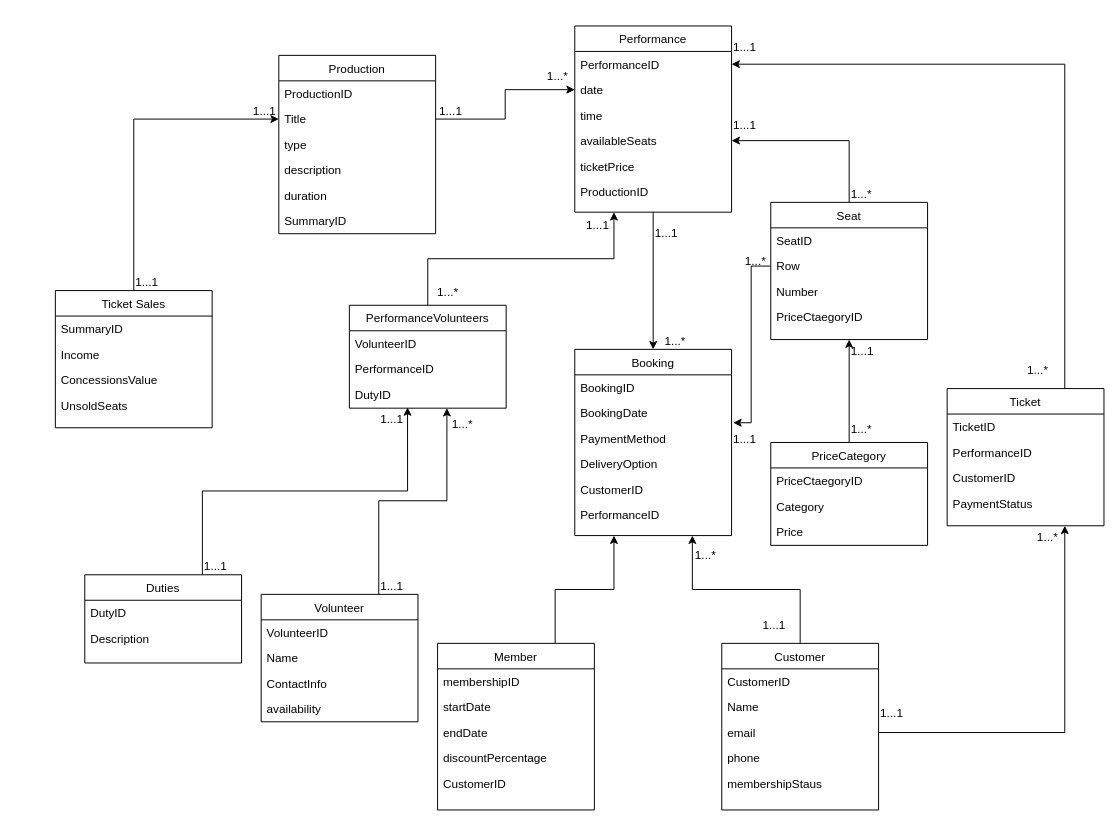
iamheetp/ecomstore keeps this draw.io diagram as Untitled Diagram.drawio. Above is the earlier version. Source tidied: cells renumbered, new cells numbered last; positions are measured from the earlier drawing's top-left corner, leaving out a move shared by most shapes. Both pictures are drawn from the tidied source at 98%, with x=0, y=0 at pixel (55, 25).
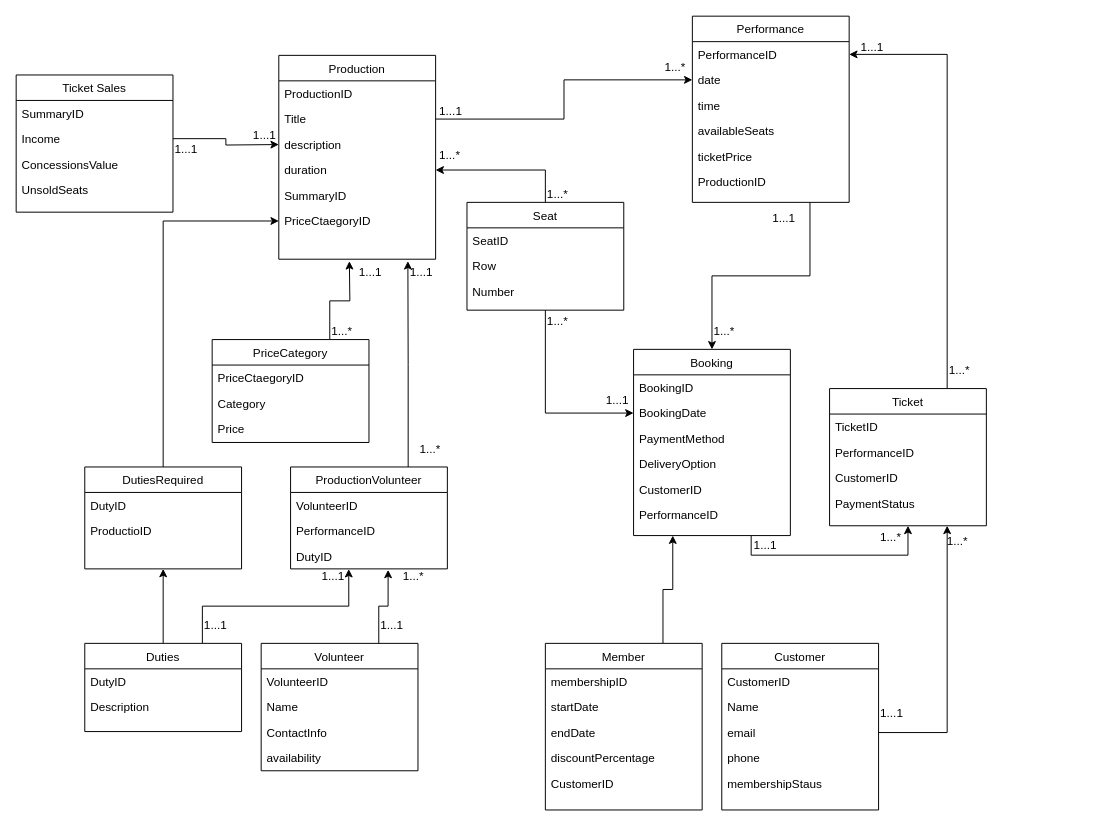
The same diagram, later.

Unchanged cells that the change refers to:
```xml
<mxCell id="4" value="Row" style="text;align=left;verticalAlign=top;spacingLeft=4;spacingRight=4;overflow=hidden;points=[[0,0.5],[1,0.5]];portConstraint=eastwest;rounded=0;shadow=0;html=0;" parent="2" vertex="1">
  <mxGeometry y="52" width="160" height="26" as="geometry" />
</mxCell>
<mxCell id="14" value="BookingDate" style="text;align=left;verticalAlign=top;spacingLeft=4;spacingRight=4;overflow=hidden;points=[[0,0.5],[1,0.5]];portConstraint=eastwest;" parent="12" vertex="1">
  <mxGeometry y="52" width="160" height="26" as="geometry" />
</mxCell>
<mxCell id="21" value="Title" style="text;align=left;verticalAlign=top;spacingLeft=4;spacingRight=4;overflow=hidden;points=[[0,0.5],[1,0.5]];portConstraint=eastwest;rounded=0;shadow=0;html=0;" parent="19" vertex="1">
  <mxGeometry y="52" width="160" height="26" as="geometry" />
</mxCell>
<mxCell id="31" value="availableSeats" style="text;align=left;verticalAlign=top;spacingLeft=4;spacingRight=4;overflow=hidden;points=[[0,0.5],[1,0.5]];portConstraint=eastwest;rounded=0;shadow=0;html=0;" parent="27" vertex="1">
  <mxGeometry y="104" width="160" height="26" as="geometry" />
</mxCell>
<mxCell id="54" value="Income" style="text;align=left;verticalAlign=top;spacingLeft=4;spacingRight=4;overflow=hidden;points=[[0,0.5],[1,0.5]];portConstraint=eastwest;rounded=0;shadow=0;html=0;" parent="52" vertex="1">
  <mxGeometry y="52" width="160" height="26" as="geometry" />
</mxCell>
<mxCell id="79" value="Customer" style="swimlane;fontStyle=0;align=center;verticalAlign=top;horizontal=1;startSize=26;rounded=0;shadow=0;strokeWidth=1;" parent="1" vertex="1">
  <mxGeometry x="680" y="630" width="160" height="170" as="geometry" />
</mxCell>
```

Change to the diagram source:
```diff
@@
+    <mxCell id="103" style="edgeStyle=orthogonalEdgeStyle;rounded=0;jettySize=auto;html=1;exitX=0.5;exitY=1;exitDx=0;exitDy=0;entryX=0;entryY=0.5;entryDx=0;entryDy=0;" parent="1" edge="1" source="2" target="14">
+      <mxGeometry relative="1" as="geometry" />
+    </mxCell>
+    <mxCell id="104" style="edgeStyle=orthogonalEdgeStyle;rounded=0;jettySize=auto;html=1;exitX=0.5;exitY=0;exitDx=0;exitDy=0;entryX=1;entryY=0.5;entryDx=0;entryDy=0;" parent="1" edge="1" source="2" target="24">
+      <mxGeometry relative="1" as="geometry" />
+    </mxCell>
     <mxCell id="2" value="Seat" style="swimlane;fontStyle=0;align=center;verticalAlign=top;horizontal=1;startSize=26;rounded=0;shadow=0;strokeWidth=1;" parent="1" vertex="1">
-      <mxGeometry x="730" y="180" width="160" height="140" as="geometry" />
+      <mxGeometry x="420" y="180" width="160" height="110" as="geometry" />
     </mxCell>
@@
-    <mxCell id="6" value="PriceCtaegoryID" style="text;align=left;verticalAlign=top;spacingLeft=4;spacingRight=4;overflow=hidden;points=[[0,0.5],[1,0.5]];portConstraint=eastwest;rounded=0;shadow=0;html=0;" parent="2" vertex="1">
-      <mxGeometry y="104" width="160" height="26" as="geometry" />
-    </mxCell>
     <mxCell id="7" value="Volunteer" style="swimlane;fontStyle=0;align=center;verticalAlign=top;horizontal=1;startSize=26;rounded=0;shadow=0;strokeWidth=1;" parent="1" vertex="1">
-      <mxGeometry x="210" y="580" width="160" height="130" as="geometry" />
+      <mxGeometry x="210" y="630" width="160" height="130" as="geometry" />
     </mxCell>
@@
+    <mxCell id="105" style="edgeStyle=orthogonalEdgeStyle;rounded=0;jettySize=auto;html=1;exitX=0.75;exitY=1;exitDx=0;exitDy=0;entryX=0.5;entryY=1;entryDx=0;entryDy=0;" parent="1" edge="1" source="12" target="86">
+      <mxGeometry relative="1" as="geometry" />
+    </mxCell>
     <mxCell id="12" value="Booking" style="swimlane;fontStyle=0;align=center;verticalAlign=top;horizontal=1;startSize=26;rounded=0;shadow=0;strokeWidth=1;" parent="1" vertex="1">
-      <mxGeometry x="530" y="330" width="160" height="190" as="geometry" />
+      <mxGeometry x="590" y="330" width="160" height="190" as="geometry" />
     </mxCell>
@@
     <mxCell id="19" value="Production" style="swimlane;fontStyle=0;align=center;verticalAlign=top;horizontal=1;startSize=26;rounded=0;shadow=0;strokeWidth=1;" parent="1" vertex="1">
-      <mxGeometry x="228" y="30" width="160" height="182" as="geometry" />
+      <mxGeometry x="228" y="30" width="160" height="208" as="geometry" />
     </mxCell>
@@
-    <mxCell id="22" value="type" style="text;align=left;verticalAlign=top;spacingLeft=4;spacingRight=4;overflow=hidden;rounded=0;shadow=0;html=0;" parent="19" vertex="1">
-      <mxGeometry y="78" width="160" height="26" as="geometry" />
-    </mxCell>
     <mxCell id="23" value="description" style="text;align=left;verticalAlign=top;spacingLeft=4;spacingRight=4;overflow=hidden;rounded=0;shadow=0;html=0;" parent="19" vertex="1">
-      <mxGeometry y="104" width="160" height="26" as="geometry" />
+      <mxGeometry y="78" width="160" height="26" as="geometry" />
     </mxCell>
     <mxCell id="24" value="duration" style="text;align=left;verticalAlign=top;spacingLeft=4;spacingRight=4;overflow=hidden;points=[[0,0.5],[1,0.5]];portConstraint=eastwest;rounded=0;shadow=0;html=0;" parent="19" vertex="1">
-      <mxGeometry y="130" width="160" height="26" as="geometry" />
+      <mxGeometry y="104" width="160" height="26" as="geometry" />
     </mxCell>
     <mxCell id="25" value="SummaryID" style="text;align=left;verticalAlign=top;spacingLeft=4;spacingRight=4;overflow=hidden;rounded=0;shadow=0;html=0;" parent="19" vertex="1">
-      <mxGeometry y="156" width="160" height="26" as="geometry" />
+      <mxGeometry y="130" width="160" height="26" as="geometry" />
     </mxCell>
+    <mxCell id="6" value="PriceCtaegoryID" style="text;align=left;verticalAlign=top;spacingLeft=4;spacingRight=4;overflow=hidden;points=[[0,0.5],[1,0.5]];portConstraint=eastwest;rounded=0;shadow=0;html=0;" parent="19" vertex="1">
+      <mxGeometry y="156" width="160" height="26" as="geometry" />
+    </mxCell>
-    <mxCell id="26" style="edgeStyle=orthogonalEdgeStyle;rounded=0;jettySize=auto;html=1;exitX=0.5;exitY=1;exitDx=0;exitDy=0;entryX=0.5;entryY=0;entryDx=0;entryDy=0;" parent="1" edge="1" source="27" target="12">
+    <mxCell id="26" style="edgeStyle=orthogonalEdgeStyle;rounded=0;jettySize=auto;html=1;exitX=0.75;exitY=1;exitDx=0;exitDy=0;entryX=0.5;entryY=0;entryDx=0;entryDy=0;" parent="1" edge="1" source="27" target="12">
       <mxGeometry relative="1" as="geometry" />
     </mxCell>
     <mxCell id="27" value="Performance" style="swimlane;fontStyle=0;align=center;verticalAlign=top;horizontal=1;startSize=26;rounded=0;shadow=0;strokeWidth=1;" parent="1" vertex="1">
-      <mxGeometry x="530" width="160" height="190" as="geometry" />
+      <mxGeometry x="650" y="-10" width="160" height="190" as="geometry" />
     </mxCell>
@@
     <mxCell id="36" value="1...*" style="align=left;verticalAlign=bottom;labelBackgroundColor=none;fontSize=12;" parent="1" vertex="1">
-      <mxGeometry x="500" y="60" as="geometry" />
+      <mxGeometry x="620" y="50" as="geometry" />
     </mxCell>
-    <mxCell id="37" style="edgeStyle=orthogonalEdgeStyle;rounded=0;jettySize=auto;html=1;exitX=0;exitY=0.5;exitDx=0;exitDy=0;entryX=1.011;entryY=0.88;entryDx=0;entryDy=0;entryPerimeter=0;" parent="1" edge="1" source="4" target="14">
-      <mxGeometry relative="1" as="geometry" />
-    </mxCell>
-    <mxCell id="38" value="1...*" style="align=left;verticalAlign=bottom;labelBackgroundColor=none;fontSize=12;" parent="1" vertex="1">
-      <mxGeometry x="730" y="240" as="geometry">
-        <mxPoint x="-28" y="8" as="offset" />
-      </mxGeometry>
-    </mxCell>
-    <mxCell id="39" value="1...1" style="align=left;verticalAlign=bottom;labelBackgroundColor=none;fontSize=12;rotation=0;direction=south;" parent="1" vertex="1">
-      <mxGeometry x="690" y="430" as="geometry" />
-    </mxCell>
-    <mxCell id="40" style="edgeStyle=orthogonalEdgeStyle;rounded=0;jettySize=auto;html=1;exitX=0.5;exitY=0;exitDx=0;exitDy=0;" parent="1" edge="1" source="2" target="31">
-      <mxGeometry relative="1" as="geometry" />
-    </mxCell>
-    <mxCell id="41" value="1...*" style="align=left;verticalAlign=bottom;labelBackgroundColor=none;fontSize=12;rotation=0;" parent="1" vertex="1">
-      <mxGeometry x="810" y="180" as="geometry" />
-    </mxCell>
-    <mxCell id="42" value="1...1" style="align=left;verticalAlign=bottom;labelBackgroundColor=none;fontSize=12;" parent="1" vertex="1">
-      <mxGeometry x="690" y="110" as="geometry" />
-    </mxCell>
-    <mxCell id="43" value="1...1" style="align=left;verticalAlign=bottom;labelBackgroundColor=none;fontSize=12;" parent="1" vertex="1">
-      <mxGeometry x="720" y="620" as="geometry" />
-    </mxCell>
-    <mxCell id="44" value="1...*" style="align=left;verticalAlign=bottom;labelBackgroundColor=none;fontSize=12;" parent="1" vertex="1">
-      <mxGeometry x="580" y="550" as="geometry">
+    <mxCell id="44" value="1...1" style="align=left;verticalAlign=bottom;labelBackgroundColor=none;fontSize=12;" parent="1" vertex="1">
+      <mxGeometry x="640" y="540" as="geometry">
         <mxPoint x="71" y="-2" as="offset" />
       </mxGeometry>
     </mxCell>
     <mxCell id="45" value="1...*" style="align=left;verticalAlign=bottom;labelBackgroundColor=none;fontSize=12;" parent="1" vertex="1">
-      <mxGeometry x="620" y="330" as="geometry" />
+      <mxGeometry x="670" y="320" as="geometry" />
     </mxCell>
     <mxCell id="46" value="1...1" style="align=left;verticalAlign=bottom;labelBackgroundColor=none;fontSize=12;" parent="1" vertex="1">
-      <mxGeometry x="610" y="220" as="geometry" />
+      <mxGeometry x="730" y="205" as="geometry" />
     </mxCell>
@@
+    <mxCell id="106" style="edgeStyle=orthogonalEdgeStyle;rounded=0;jettySize=auto;html=1;exitX=0.5;exitY=0;exitDx=0;exitDy=0;entryX=0.5;entryY=1;entryDx=0;entryDy=0;" parent="1" edge="1" source="48" target="115">
+      <mxGeometry relative="1" as="geometry" />
+    </mxCell>
     <mxCell id="48" value="Duties" style="swimlane;fontStyle=0;align=center;verticalAlign=top;horizontal=1;startSize=26;rounded=0;shadow=0;strokeWidth=1;" parent="1" vertex="1">
-      <mxGeometry x="30" y="560" width="160" height="90" as="geometry" />
+      <mxGeometry x="30" y="630" width="160" height="90" as="geometry" />
     </mxCell>
@@
-    <mxCell id="51" style="edgeStyle=orthogonalEdgeStyle;rounded=0;jettySize=auto;html=1;exitX=0.5;exitY=0;exitDx=0;exitDy=0;entryX=0;entryY=0.5;entryDx=0;entryDy=0;" parent="1" edge="1" source="52" target="21">
-      <mxGeometry relative="1" as="geometry" />
-    </mxCell>
     <mxCell id="52" value="Ticket Sales" style="swimlane;fontStyle=0;align=center;verticalAlign=top;horizontal=1;startSize=26;rounded=0;shadow=0;strokeWidth=1;" parent="1" vertex="1">
-      <mxGeometry y="270" width="160" height="140" as="geometry" />
+      <mxGeometry x="-40" y="50" width="160" height="140" as="geometry" />
     </mxCell>
@@
     <mxCell id="57" value="1...1" style="align=left;verticalAlign=bottom;labelBackgroundColor=none;fontSize=12;rotation=0;" parent="1" vertex="1">
-      <mxGeometry x="80" y="270" as="geometry" />
+      <mxGeometry x="120" y="134" as="geometry" />
     </mxCell>
     <mxCell id="58" value="1...1" style="align=left;verticalAlign=bottom;labelBackgroundColor=none;fontSize=12;rotation=0;" parent="1" vertex="1">
-      <mxGeometry x="200" y="95.6" as="geometry" />
+      <mxGeometry x="200" y="120" as="geometry" />
     </mxCell>
-    <mxCell id="59" style="edgeStyle=orthogonalEdgeStyle;rounded=0;jettySize=auto;html=1;exitX=0.5;exitY=0;exitDx=0;exitDy=0;entryX=0.25;entryY=1;entryDx=0;entryDy=0;" parent="1" edge="1" source="60" target="27">
-      <mxGeometry relative="1" as="geometry" />
-    </mxCell>
+    <mxCell id="107" style="edgeStyle=orthogonalEdgeStyle;rounded=0;jettySize=auto;html=1;exitX=0.75;exitY=0;exitDx=0;exitDy=0;" parent="1" edge="1" source="60">
+      <mxGeometry relative="1" as="geometry">
+        <mxPoint x="359.7" y="240" as="targetPoint" />
+      </mxGeometry>
+    </mxCell>
-    <mxCell id="60" value="PerformanceVolunteers" style="swimlane;fontStyle=0;align=center;verticalAlign=top;horizontal=1;startSize=26;rounded=0;shadow=0;strokeWidth=1;" parent="1" vertex="1">
-      <mxGeometry x="300" y="285" width="160" height="105" as="geometry" />
+    <mxCell id="60" value="ProductionVolunteer" style="swimlane;fontStyle=0;align=center;verticalAlign=top;horizontal=1;startSize=26;rounded=0;shadow=0;strokeWidth=1;" parent="1" vertex="1">
+      <mxGeometry x="240" y="450" width="160" height="104" as="geometry" />
     </mxCell>
@@
     <mxCell id="65" value="1...*" style="align=left;verticalAlign=bottom;labelBackgroundColor=none;fontSize=12;" parent="1" vertex="1">
-      <mxGeometry x="388" y="280" as="geometry" />
+      <mxGeometry x="370" y="440" as="geometry" />
     </mxCell>
     <mxCell id="66" value="1...1" style="align=left;verticalAlign=bottom;labelBackgroundColor=none;fontSize=12;" parent="1" vertex="1">
-      <mxGeometry x="540" y="212" as="geometry" />
+      <mxGeometry x="360" y="260" as="geometry" />
     </mxCell>
     <mxCell id="67" value="1...*" style="align=left;verticalAlign=bottom;labelBackgroundColor=none;fontSize=12;" parent="1" vertex="1">
-      <mxGeometry x="380" y="285" as="geometry">
+      <mxGeometry x="330" y="440" as="geometry">
         <mxPoint x="23" y="130" as="offset" />
       </mxGeometry>
     </mxCell>
     <mxCell id="68" value="1...1" style="align=left;verticalAlign=bottom;labelBackgroundColor=none;fontSize=12;" parent="1" vertex="1">
-      <mxGeometry x="330" y="580" as="geometry" />
+      <mxGeometry x="330" y="620" as="geometry" />
     </mxCell>
     <mxCell id="69" value="1...1" style="align=left;verticalAlign=bottom;labelBackgroundColor=none;fontSize=12;" parent="1" vertex="1">
-      <mxGeometry x="330" y="410" as="geometry" />
+      <mxGeometry x="270" y="570" as="geometry" />
     </mxCell>
     <mxCell id="70" value="1...1" style="align=left;verticalAlign=bottom;labelBackgroundColor=none;fontSize=12;" parent="1" vertex="1">
-      <mxGeometry x="150" y="560" as="geometry" />
+      <mxGeometry x="150" y="620" as="geometry" />
     </mxCell>
@@
     <mxCell id="72" value="Member" style="swimlane;fontStyle=0;align=center;verticalAlign=top;horizontal=1;startSize=26;rounded=0;shadow=0;strokeWidth=1;" parent="1" vertex="1">
-      <mxGeometry x="390" y="630" width="160" height="170" as="geometry" />
+      <mxGeometry x="500" y="630" width="160" height="170" as="geometry" />
     </mxCell>
@@
-    <mxCell id="78" style="edgeStyle=orthogonalEdgeStyle;rounded=0;jettySize=auto;html=1;exitX=0.5;exitY=0;exitDx=0;exitDy=0;entryX=0.75;entryY=1;entryDx=0;entryDy=0;" parent="1" edge="1" source="79" target="12">
-      <mxGeometry relative="1" as="geometry" />
-    </mxCell>
@@
     <mxCell id="86" value="Ticket" style="swimlane;fontStyle=0;align=center;verticalAlign=top;horizontal=1;startSize=26;rounded=0;shadow=0;strokeWidth=1;" parent="1" vertex="1">
-      <mxGeometry x="910" y="370" width="160" height="140" as="geometry" />
+      <mxGeometry x="790" y="370" width="160" height="140" as="geometry" />
     </mxCell>
@@
     <mxCell id="92" value="1...*" style="align=left;verticalAlign=bottom;labelBackgroundColor=none;fontSize=12;rotation=0;" parent="1" vertex="1">
-      <mxGeometry x="990" y="360" as="geometry" />
+      <mxGeometry x="910" y="360" as="geometry" />
     </mxCell>
     <mxCell id="93" value="1...*" style="align=left;verticalAlign=bottom;labelBackgroundColor=none;fontSize=12;rotation=0;" parent="1" vertex="1">
-      <mxGeometry x="1000" y="530" as="geometry" />
+      <mxGeometry x="840" y="530" as="geometry" />
     </mxCell>
     <mxCell id="94" value="1...1" style="align=left;verticalAlign=bottom;labelBackgroundColor=none;fontSize=12;" parent="1" vertex="1">
-      <mxGeometry x="690" y="30" as="geometry" />
+      <mxGeometry x="820" y="30" as="geometry" />
     </mxCell>
@@
-    <mxCell id="96" style="edgeStyle=orthogonalEdgeStyle;rounded=0;jettySize=auto;html=1;exitX=0.5;exitY=0;exitDx=0;exitDy=0;entryX=0.5;entryY=1;entryDx=0;entryDy=0;" parent="1" edge="1" source="97" target="2">
-      <mxGeometry relative="1" as="geometry" />
-    </mxCell>
+    <mxCell id="101" value="1...*" style="align=left;verticalAlign=bottom;labelBackgroundColor=none;fontSize=12;rotation=0;" parent="1" vertex="1">
+      <mxGeometry x="280" y="320" as="geometry" />
+    </mxCell>
+    <mxCell id="102" value="1...1" style="align=left;verticalAlign=bottom;labelBackgroundColor=none;fontSize=12;" parent="1" vertex="1">
+      <mxGeometry x="308" y="260" as="geometry" />
+    </mxCell>
+    <mxCell id="108" style="edgeStyle=orthogonalEdgeStyle;rounded=0;jettySize=auto;html=1;exitX=0.75;exitY=0;exitDx=0;exitDy=0;" parent="1" edge="1" source="97">
+      <mxGeometry relative="1" as="geometry">
+        <mxPoint x="300" y="240" as="targetPoint" />
+      </mxGeometry>
+    </mxCell>
     <mxCell id="97" value="PriceCategory" style="swimlane;fontStyle=0;align=center;verticalAlign=top;horizontal=1;startSize=26;rounded=0;shadow=0;strokeWidth=1;" parent="1" vertex="1">
-      <mxGeometry x="730" y="425" width="160" height="105" as="geometry" />
+      <mxGeometry x="160" y="320" width="160" height="105" as="geometry" />
     </mxCell>
@@
-    <mxCell id="101" value="1...*" style="align=left;verticalAlign=bottom;labelBackgroundColor=none;fontSize=12;rotation=0;" parent="1" vertex="1">
-      <mxGeometry x="810" y="420" as="geometry" />
-    </mxCell>
-    <mxCell id="102" value="1...1" style="align=left;verticalAlign=bottom;labelBackgroundColor=none;fontSize=12;" parent="1" vertex="1">
-      <mxGeometry x="810" y="340" as="geometry" />
-    </mxCell>
+    <mxCell id="41" value="1...*" style="align=left;verticalAlign=bottom;labelBackgroundColor=none;fontSize=12;rotation=0;" parent="1" vertex="1">
+      <mxGeometry x="850" y="550" as="geometry">
+        <mxPoint x="58" y="-16" as="offset" />
+      </mxGeometry>
+    </mxCell>
+    <mxCell id="109" value="1...*" style="align=left;verticalAlign=bottom;labelBackgroundColor=none;fontSize=12;" parent="1" vertex="1">
+      <mxGeometry x="500" y="310" as="geometry" />
+    </mxCell>
+    <mxCell id="110" value="1...1" style="align=left;verticalAlign=bottom;labelBackgroundColor=none;fontSize=12;" parent="1" vertex="1">
+      <mxGeometry x="560" y="390" as="geometry" />
+    </mxCell>
+    <mxCell id="111" value="1...*" style="align=left;verticalAlign=bottom;labelBackgroundColor=none;fontSize=12;" parent="1" vertex="1">
+      <mxGeometry x="390" y="140" as="geometry" />
+    </mxCell>
+    <mxCell id="112" value="1...*" style="align=left;verticalAlign=bottom;labelBackgroundColor=none;fontSize=12;" parent="1" vertex="1">
+      <mxGeometry x="500" y="180" as="geometry" />
+    </mxCell>
+    <mxCell id="113" style="edgeStyle=orthogonalEdgeStyle;rounded=0;jettySize=auto;html=1;exitX=1;exitY=0.5;exitDx=0;exitDy=0;entryX=0;entryY=0.5;entryDx=0;entryDy=0;" parent="1" edge="1" source="54">
+      <mxGeometry relative="1" as="geometry">
+        <mxPoint x="228" y="121" as="targetPoint" />
+      </mxGeometry>
+    </mxCell>
+    <mxCell id="114" style="edgeStyle=orthogonalEdgeStyle;rounded=0;jettySize=auto;html=1;exitX=0.5;exitY=0;exitDx=0;exitDy=0;entryX=0;entryY=0.5;entryDx=0;entryDy=0;" parent="1" edge="1" source="115" target="6">
+      <mxGeometry relative="1" as="geometry" />
+    </mxCell>
+    <mxCell id="115" value="DutiesRequired" style="swimlane;fontStyle=0;align=center;verticalAlign=top;horizontal=1;startSize=26;rounded=0;shadow=0;strokeWidth=1;" parent="1" vertex="1">
+      <mxGeometry x="30" y="450" width="160" height="104" as="geometry" />
+    </mxCell>
+    <mxCell id="116" value="DutyID" style="text;align=left;verticalAlign=top;spacingLeft=4;spacingRight=4;overflow=hidden;" parent="115" vertex="1">
+      <mxGeometry y="26" width="160" height="26" as="geometry" />
+    </mxCell>
+    <mxCell id="117" value="ProductioID" style="text;align=left;verticalAlign=top;spacingLeft=4;spacingRight=4;overflow=hidden;rounded=0;shadow=0;html=0;" parent="115" vertex="1">
+      <mxGeometry y="52" width="160" height="26" as="geometry" />
+    </mxCell>
```
